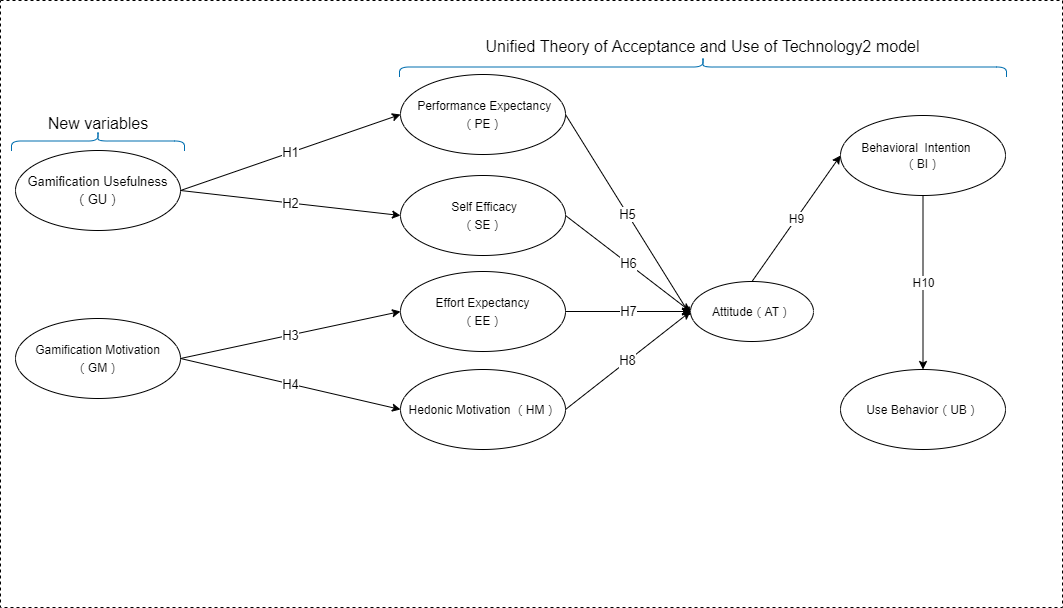
Before: images/design/結構模型2.drawio.png, a diagram exported from draw.io (raknza/Master-Thesis). Source tidied: cells renumbered, new cells last; positions are measured from the earlier drawing's top-left corner, leaving out a move shared by most shapes. Its diagram source:
```xml
<mxGraphModel>
  <root>
    <mxCell id="0" />
    <mxCell id="1" parent="0" />
    <mxCell id="2" style="rounded=0;whiteSpace=wrap;html=1;fontSize=15;dashed=1;" parent="1" vertex="1">
      <mxGeometry y="237" width="1062" height="607" as="geometry" />
    </mxCell>
    <mxCell id="3" value="&lt;p style=&quot;line-height: 140%&quot;&gt;&lt;span style=&quot;font-size: 13px&quot;&gt;Gamification Usefulness&lt;/span&gt;&lt;br style=&quot;font-size: 13px&quot;&gt;&lt;span style=&quot;font-size: 13px&quot;&gt;（GU）&lt;/span&gt;&lt;/p&gt;" style="ellipse;whiteSpace=wrap;html=1;spacingBottom=0;fontSize=13;fontStyle=0;" parent="1" vertex="1">
      <mxGeometry x="15" y="387" width="165" height="80" as="geometry" />
    </mxCell>
    <mxCell id="4" value="&lt;p style=&quot;line-height: 140%&quot;&gt;&lt;span style=&quot;font-size: 12px&quot;&gt;Gamification Motivation&lt;/span&gt;&lt;br style=&quot;font-size: 12px&quot;&gt;&lt;span style=&quot;font-size: 12px&quot;&gt;（GM）&lt;/span&gt;&lt;br&gt;&lt;/p&gt;" style="ellipse;whiteSpace=wrap;html=1;spacingBottom=0;fontSize=13;fontStyle=0;" parent="1" vertex="1">
      <mxGeometry x="15" y="555" width="165" height="80" as="geometry" />
    </mxCell>
    <mxCell id="5" value="&lt;p style=&quot;line-height: 140%&quot;&gt;&lt;span style=&quot;font-size: 12px&quot;&gt;Attitude（AT）&lt;/span&gt;&lt;br&gt;&lt;/p&gt;" style="ellipse;whiteSpace=wrap;html=1;spacingBottom=0;fontSize=13;fontStyle=0;" parent="1" vertex="1">
      <mxGeometry x="690" y="518" width="123" height="60" as="geometry" />
    </mxCell>
    <mxCell id="6" value="&lt;p style=&quot;line-height: 140%&quot;&gt;&lt;span style=&quot;font-size: 12px&quot;&gt;&amp;nbsp;Performance Expectancy（PE）&lt;/span&gt;&lt;br&gt;&lt;/p&gt;" style="ellipse;whiteSpace=wrap;html=1;spacingBottom=0;fontSize=13;fontStyle=0;" parent="1" vertex="1">
      <mxGeometry x="400" y="311" width="165" height="80" as="geometry" />
    </mxCell>
    <mxCell id="7" value="&lt;p style=&quot;line-height: 140%&quot;&gt;&lt;span style=&quot;font-size: 12px&quot;&gt;&amp;nbsp;Self Efficacy&lt;/span&gt;&lt;br style=&quot;font-size: 12px&quot;&gt;&lt;span style=&quot;font-size: 12px&quot;&gt;（SE）&lt;/span&gt;&lt;br&gt;&lt;/p&gt;" style="ellipse;whiteSpace=wrap;html=1;spacingBottom=0;fontSize=13;fontStyle=0;" parent="1" vertex="1">
      <mxGeometry x="400" y="412" width="165" height="80" as="geometry" />
    </mxCell>
    <mxCell id="8" value="&lt;p style=&quot;line-height: 140%&quot;&gt;&lt;span style=&quot;font-size: 12px&quot;&gt;Effort Expectancy&lt;/span&gt;&lt;br style=&quot;font-size: 12px&quot;&gt;&lt;span style=&quot;font-size: 12px&quot;&gt;（EE）&lt;/span&gt;&lt;br&gt;&lt;/p&gt;" style="ellipse;whiteSpace=wrap;html=1;spacingBottom=0;fontSize=13;fontStyle=0;" parent="1" vertex="1">
      <mxGeometry x="400" y="508" width="165" height="80" as="geometry" />
    </mxCell>
    <mxCell id="9" value="&lt;p style=&quot;line-height: 140%&quot;&gt;&lt;span style=&quot;font-size: 12px&quot;&gt;Hedonic Motivation （HM）&lt;/span&gt;&lt;br&gt;&lt;/p&gt;" style="ellipse;whiteSpace=wrap;html=1;spacingBottom=0;fontSize=13;fontStyle=0;" parent="1" vertex="1">
      <mxGeometry x="400" y="606" width="165" height="80" as="geometry" />
    </mxCell>
    <mxCell id="10" value="H1" style="endArrow=classic;html=1;fontSize=13;exitX=1;exitY=0.5;exitDx=0;exitDy=0;entryX=0;entryY=0.5;entryDx=0;entryDy=0;" parent="1" edge="1" source="3" target="6">
      <mxGeometry relative="1" as="geometry" />
    </mxCell>
    <mxCell id="11" value="H2" style="endArrow=classic;html=1;fontSize=13;entryX=0;entryY=0.5;entryDx=0;entryDy=0;exitX=1;exitY=0.5;exitDx=0;exitDy=0;" parent="1" edge="1" source="3" target="7">
      <mxGeometry relative="1" as="geometry" />
    </mxCell>
    <mxCell id="12" value="H3" style="endArrow=classic;html=1;fontSize=13;exitX=1;exitY=0.5;exitDx=0;exitDy=0;entryX=0;entryY=0.5;entryDx=0;entryDy=0;" parent="1" edge="1" source="4" target="8">
      <mxGeometry relative="1" as="geometry" />
    </mxCell>
    <mxCell id="13" value="H4" style="endArrow=classic;html=1;fontSize=13;exitX=1;exitY=0.5;exitDx=0;exitDy=0;entryX=0;entryY=0.5;entryDx=0;entryDy=0;" parent="1" edge="1" source="4" target="9">
      <mxGeometry relative="1" as="geometry" />
    </mxCell>
    <mxCell id="14" value="H7" style="endArrow=classic;html=1;fontSize=13;exitX=1;exitY=0.5;exitDx=0;exitDy=0;entryX=0;entryY=0.5;entryDx=0;entryDy=0;" parent="1" edge="1" source="8" target="5">
      <mxGeometry relative="1" as="geometry" />
    </mxCell>
    <mxCell id="15" value="H5" style="endArrow=classic;html=1;fontSize=13;exitX=1;exitY=0.5;exitDx=0;exitDy=0;" parent="1" edge="1" source="6">
      <mxGeometry relative="1" as="geometry">
        <mxPoint x="690" y="552" as="targetPoint" />
      </mxGeometry>
    </mxCell>
    <mxCell id="16" value="H6" style="endArrow=classic;html=1;fontSize=13;exitX=1;exitY=0.5;exitDx=0;exitDy=0;entryX=0;entryY=0.5;entryDx=0;entryDy=0;" parent="1" edge="1" source="7" target="5">
      <mxGeometry relative="1" as="geometry" />
    </mxCell>
    <mxCell id="17" value="H8" style="endArrow=classic;html=1;fontSize=13;exitX=1;exitY=0.5;exitDx=0;exitDy=0;entryX=0;entryY=0.5;entryDx=0;entryDy=0;" parent="1" edge="1" source="9" target="5">
      <mxGeometry relative="1" as="geometry" />
    </mxCell>
    <mxCell id="18" value="&lt;p class=&quot;MDPI42tablebody&quot; style=&quot;line-height: normal&quot;&gt;&amp;nbsp;Behavioral&amp;nbsp; Intention&amp;nbsp; &amp;nbsp; &amp;nbsp; （BI）&lt;br&gt;&lt;/p&gt;" style="ellipse;whiteSpace=wrap;html=1;spacingBottom=0;fontSize=12;fontStyle=0;spacing=0;" parent="1" vertex="1">
      <mxGeometry x="840" y="352" width="165" height="80" as="geometry" />
    </mxCell>
    <mxCell id="19" value="&lt;p style=&quot;line-height: 140%&quot;&gt;&lt;span style=&quot;font-size: 12px&quot;&gt;Use Behavior（UB）&lt;/span&gt;&lt;br&gt;&lt;/p&gt;" style="ellipse;whiteSpace=wrap;html=1;spacingBottom=0;fontSize=13;fontStyle=0;" parent="1" vertex="1">
      <mxGeometry x="840" y="606" width="165" height="80" as="geometry" />
    </mxCell>
    <mxCell id="20" value="H9" style="endArrow=classic;html=1;fontSize=12;exitX=0.5;exitY=0;exitDx=0;exitDy=0;entryX=0;entryY=0.5;entryDx=0;entryDy=0;" parent="1" edge="1" source="5" target="18">
      <mxGeometry relative="1" as="geometry" />
    </mxCell>
    <mxCell id="21" value="H10" style="endArrow=classic;html=1;fontSize=12;exitX=0.5;exitY=1;exitDx=0;exitDy=0;entryX=0.5;entryY=0;entryDx=0;entryDy=0;" parent="1" edge="1" source="18" target="19">
      <mxGeometry relative="1" as="geometry" />
    </mxCell>
    <mxCell id="22" style="shape=curlyBracket;whiteSpace=wrap;html=1;rounded=1;flipH=1;rotation=-90;fillColor=#1ba1e2;strokeColor=#006EAF;fontColor=#ffffff;" parent="1" vertex="1">
      <mxGeometry x="87.5" y="291" width="20" height="173" as="geometry" />
    </mxCell>
    <mxCell id="23" value="New variables" style="text;html=1;strokeColor=none;fillColor=none;align=center;verticalAlign=middle;whiteSpace=wrap;rounded=0;fontSize=16;" parent="1" vertex="1">
      <mxGeometry x="44.8" y="350" width="105.5" height="20" as="geometry" />
    </mxCell>
    <mxCell id="24" style="shape=curlyBracket;whiteSpace=wrap;html=1;rounded=1;flipH=1;rotation=-90;fillColor=#1ba1e2;strokeColor=#006EAF;fontColor=#ffffff;" parent="1" vertex="1">
      <mxGeometry x="692.5" width="20" height="607" as="geometry" />
    </mxCell>
    <mxCell id="25" value="Unified Theory of Acceptance and Use of Technology2 model" style="text;html=1;strokeColor=none;fillColor=none;align=center;verticalAlign=middle;whiteSpace=wrap;rounded=0;fontSize=16;" parent="1" vertex="1">
      <mxGeometry x="477" y="273" width="451" height="20" as="geometry" />
    </mxCell>
  </root>
</mxGraphModel>
```
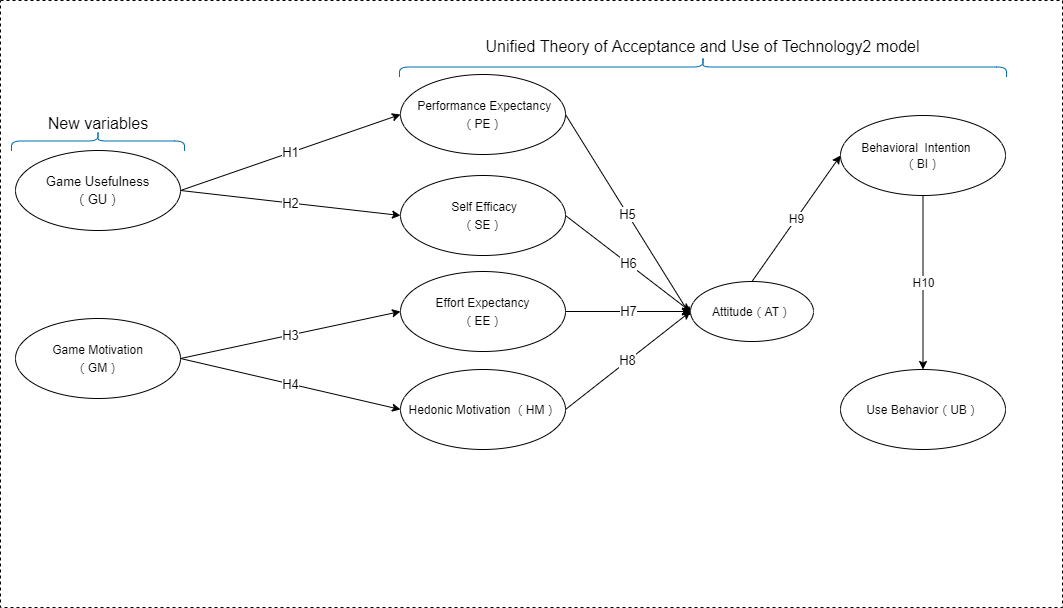
Later version of the same file.

The edit, as a diff of the source:
```diff
@@ -5,10 +5,10 @@
     <mxCell id="2" style="rounded=0;whiteSpace=wrap;html=1;fontSize=15;dashed=1;" parent="1" vertex="1">
       <mxGeometry y="237" width="1062" height="607" as="geometry" />
     </mxCell>
-    <mxCell id="3" value="&lt;p style=&quot;line-height: 140%&quot;&gt;&lt;span style=&quot;font-size: 13px&quot;&gt;Gamification Usefulness&lt;/span&gt;&lt;br style=&quot;font-size: 13px&quot;&gt;&lt;span style=&quot;font-size: 13px&quot;&gt;（GU）&lt;/span&gt;&lt;/p&gt;" style="ellipse;whiteSpace=wrap;html=1;spacingBottom=0;fontSize=13;fontStyle=0;" parent="1" vertex="1">
+    <mxCell id="3" value="&lt;p style=&quot;line-height: 140%&quot;&gt;&lt;span style=&quot;font-size: 13px&quot;&gt;Game Usefulness&lt;/span&gt;&lt;br style=&quot;font-size: 13px&quot;&gt;&lt;span style=&quot;font-size: 13px&quot;&gt;（GU）&lt;/span&gt;&lt;/p&gt;" style="ellipse;whiteSpace=wrap;html=1;spacingBottom=0;fontSize=13;fontStyle=0;" parent="1" vertex="1">
       <mxGeometry x="15" y="387" width="165" height="80" as="geometry" />
     </mxCell>
-    <mxCell id="4" value="&lt;p style=&quot;line-height: 140%&quot;&gt;&lt;span style=&quot;font-size: 12px&quot;&gt;Gamification Motivation&lt;/span&gt;&lt;br style=&quot;font-size: 12px&quot;&gt;&lt;span style=&quot;font-size: 12px&quot;&gt;（GM）&lt;/span&gt;&lt;br&gt;&lt;/p&gt;" style="ellipse;whiteSpace=wrap;html=1;spacingBottom=0;fontSize=13;fontStyle=0;" parent="1" vertex="1">
+    <mxCell id="4" value="&lt;p style=&quot;line-height: 140%&quot;&gt;&lt;span style=&quot;font-size: 12px&quot;&gt;Game Motivation&lt;/span&gt;&lt;br style=&quot;font-size: 12px&quot;&gt;&lt;span style=&quot;font-size: 12px&quot;&gt;（GM）&lt;/span&gt;&lt;br&gt;&lt;/p&gt;" style="ellipse;whiteSpace=wrap;html=1;spacingBottom=0;fontSize=13;fontStyle=0;" parent="1" vertex="1">
       <mxGeometry x="15" y="555" width="165" height="80" as="geometry" />
     </mxCell>
     <mxCell id="5" value="&lt;p style=&quot;line-height: 140%&quot;&gt;&lt;span style=&quot;font-size: 12px&quot;&gt;Attitude（AT）&lt;/span&gt;&lt;br&gt;&lt;/p&gt;" style="ellipse;whiteSpace=wrap;html=1;spacingBottom=0;fontSize=13;fontStyle=0;" parent="1" vertex="1">
```
